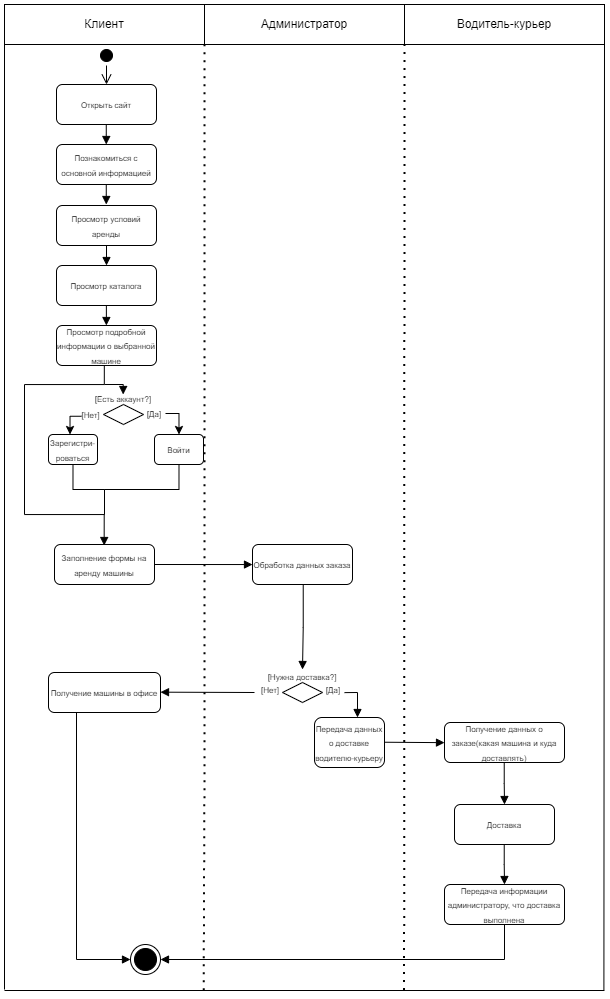
plnppt/Programming-technologies-project keeps this draw.io diagram as Diagrams/Диаграмма активностей (Activity diagram)/Activity diagram.png. Above is the earlier version. Source tidied: cells renumbered, new cells last; positions are measured from the earlier drawing's top-left corner, leaving out a move shared by most shapes.
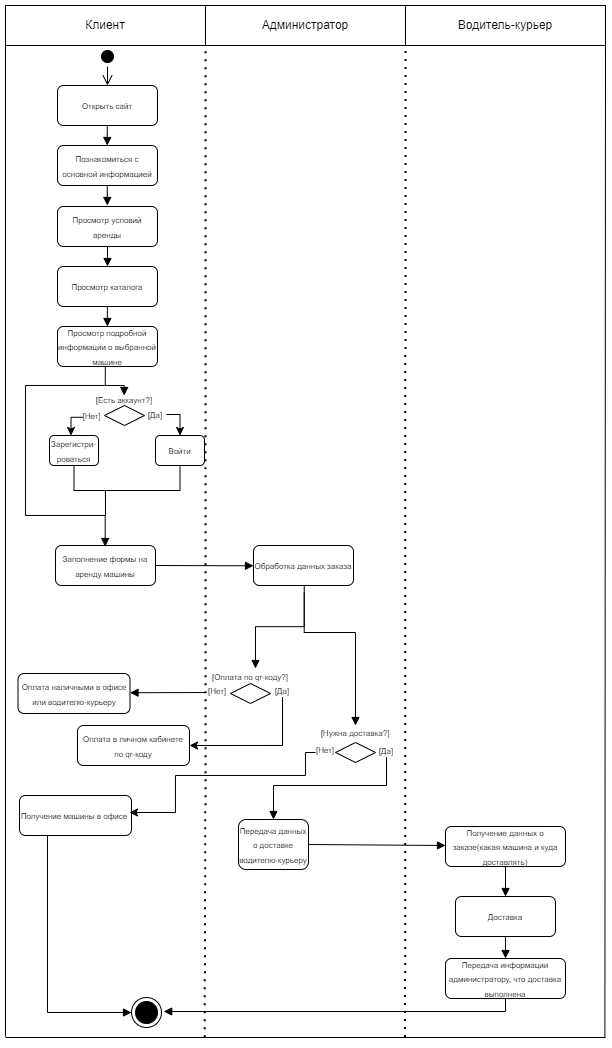
Above is the later version.

Commit message:
изменена диаграмма активности

Diff of the diagram source:
```diff
@@ -47,35 +47,32 @@
     <mxCell id="14" value="&lt;span style=&quot;font-size: 8px;&quot;&gt;Обработка данных заказа&lt;/span&gt;" style="rounded=1;whiteSpace=wrap;html=1;" parent="1" vertex="1">
       <mxGeometry x="248" y="540" width="100" height="40" as="geometry" />
     </mxCell>
-    <mxCell id="15" value="&lt;font style=&quot;font-size: 8px;&quot;&gt;[Нужна доставка?]&lt;/font&gt;" style="text;html=1;strokeColor=none;fillColor=none;align=center;verticalAlign=middle;whiteSpace=wrap;rounded=0;" parent="1" vertex="1">
-      <mxGeometry x="243" y="665" width="110" height="13" as="geometry" />
-    </mxCell>
     <mxCell id="16" style="rhombus;whiteSpace=wrap;html=1;" parent="1" vertex="1">
-      <mxGeometry x="278" y="678" width="40" height="20" as="geometry" />
+      <mxGeometry x="225" y="678" width="40" height="20" as="geometry" />
     </mxCell>
     <mxCell id="17" value="&lt;font style=&quot;font-size: 8px;&quot;&gt;[Да]&lt;/font&gt;" style="text;html=1;strokeColor=none;fillColor=none;align=center;verticalAlign=middle;whiteSpace=wrap;rounded=0;" parent="1" vertex="1">
-      <mxGeometry x="318" y="678" width="22" height="13.5" as="geometry" />
+      <mxGeometry x="266" y="678" width="22" height="13.5" as="geometry" />
     </mxCell>
     <mxCell id="18" value="&lt;font style=&quot;font-size: 8px;&quot;&gt;[Нет]&lt;/font&gt;" style="text;html=1;strokeColor=none;fillColor=none;align=center;verticalAlign=middle;whiteSpace=wrap;rounded=0;" parent="1" vertex="1">
-      <mxGeometry x="260" y="681.2" width="12" height="7" as="geometry" />
+      <mxGeometry x="206" y="681.2" width="12" height="7" as="geometry" />
     </mxCell>
     <mxCell id="19" value="&lt;span style=&quot;font-size: 8px;&quot;&gt;Передача данных о доставке водителю-курьеру&lt;/span&gt;" style="rounded=1;whiteSpace=wrap;html=1;" parent="1" vertex="1">
-      <mxGeometry x="310" y="713" width="70" height="50" as="geometry" />
+      <mxGeometry x="233" y="814" width="70" height="50" as="geometry" />
     </mxCell>
     <mxCell id="20" value="&lt;span style=&quot;font-size: 8px;&quot;&gt;Получение данных о заказе(какая машина и куда доставлять)&lt;/span&gt;" style="rounded=1;whiteSpace=wrap;html=1;" parent="1" vertex="1">
-      <mxGeometry x="440" y="718" width="120" height="40" as="geometry" />
+      <mxGeometry x="440" y="821" width="120" height="40" as="geometry" />
     </mxCell>
     <mxCell id="21" value="&lt;span style=&quot;font-size: 8px;&quot;&gt;Доставка&lt;/span&gt;" style="rounded=1;whiteSpace=wrap;html=1;" parent="1" vertex="1">
-      <mxGeometry x="450" y="800" width="100" height="40" as="geometry" />
+      <mxGeometry x="450" y="891" width="100" height="40" as="geometry" />
     </mxCell>
     <mxCell id="22" value="&lt;span style=&quot;font-size: 8px;&quot;&gt;Передача информации администратору, что доставка выполнена&lt;/span&gt;" style="rounded=1;whiteSpace=wrap;html=1;" parent="1" vertex="1">
-      <mxGeometry x="440" y="880" width="120" height="40" as="geometry" />
+      <mxGeometry x="440" y="953" width="120" height="40" as="geometry" />
     </mxCell>
-    <mxCell id="23" value="&lt;span style=&quot;font-size: 8px;&quot;&gt;Получение машины в офисе&lt;/span&gt;" style="rounded=1;whiteSpace=wrap;html=1;" parent="1" vertex="1">
-      <mxGeometry x="44" y="668" width="112" height="40" as="geometry" />
+    <mxCell id="23" value="&lt;span style=&quot;font-size: 8px;&quot;&gt;Получение машины в офисе&amp;nbsp;&lt;/span&gt;" style="rounded=1;whiteSpace=wrap;html=1;" parent="1" vertex="1">
+      <mxGeometry x="14" y="790" width="112" height="40" as="geometry" />
     </mxCell>
     <mxCell id="24" style="ellipse;html=1;shape=endState;fillColor=#000000;strokeColor=#000000;" parent="1" vertex="1">
-      <mxGeometry x="126" y="940" width="30" height="30" as="geometry" />
+      <mxGeometry x="126" y="992" width="30" height="30" as="geometry" />
     </mxCell>
     <mxCell id="25" style="html=1;verticalAlign=bottom;endArrow=block;edgeStyle=elbowEdgeStyle;elbow=vertical;curved=0;rounded=0;exitX=0.5;exitY=1;exitDx=0;exitDy=0;" parent="1" edge="1" source="10">
       <mxGeometry relative="1" as="geometry">
@@ -106,57 +103,59 @@
         <mxPoint x="248" y="560" as="targetPoint" />
       </mxGeometry>
     </mxCell>
-    <mxCell id="29" style="html=1;verticalAlign=bottom;endArrow=block;edgeStyle=elbowEdgeStyle;elbow=vertical;curved=0;rounded=0;exitX=1;exitY=0.5;exitDx=0;exitDy=0;entryX=0;entryY=0.5;entryDx=0;entryDy=0;" parent="1" edge="1" target="20">
+    <mxCell id="29" style="html=1;verticalAlign=bottom;endArrow=block;edgeStyle=elbowEdgeStyle;elbow=vertical;curved=0;rounded=0;exitX=1;exitY=0.5;exitDx=0;exitDy=0;" parent="1" edge="1" source="19">
       <mxGeometry relative="1" as="geometry">
-        <mxPoint x="380" y="737.7" as="sourcePoint" />
+        <mxPoint x="440" y="840" as="targetPoint" />
+        <Array as="points">
+          <mxPoint x="380" y="840" />
+          <mxPoint x="340" y="820" />
+          <mxPoint x="420" y="810" />
+          <mxPoint x="340" y="820" />
+        </Array>
       </mxGeometry>
     </mxCell>
-    <mxCell id="30" style="html=1;verticalAlign=bottom;endArrow=block;edgeStyle=elbowEdgeStyle;elbow=vertical;curved=0;rounded=0;exitX=0.5;exitY=1;exitDx=0;exitDy=0;entryX=0.5;entryY=0;entryDx=0;entryDy=0;" parent="1" edge="1" target="21">
-      <mxGeometry relative="1" as="geometry">
-        <mxPoint x="499.7" y="758" as="sourcePoint" />
-      </mxGeometry>
+    <mxCell id="30" style="html=1;verticalAlign=bottom;endArrow=block;edgeStyle=elbowEdgeStyle;elbow=vertical;curved=0;rounded=0;entryX=0.5;entryY=0;entryDx=0;entryDy=0;exitX=0.5;exitY=1;exitDx=0;exitDy=0;" parent="1" edge="1" source="20" target="21">
+      <mxGeometry relative="1" as="geometry" />
     </mxCell>
-    <mxCell id="31" style="html=1;verticalAlign=bottom;endArrow=block;edgeStyle=elbowEdgeStyle;elbow=vertical;curved=0;rounded=0;exitX=0.5;exitY=1;exitDx=0;exitDy=0;" parent="1" edge="1">
-      <mxGeometry relative="1" as="geometry">
-        <mxPoint x="499.7" y="840" as="sourcePoint" />
-        <mxPoint x="500" y="880" as="targetPoint" />
-      </mxGeometry>
+    <mxCell id="31" style="html=1;verticalAlign=bottom;endArrow=block;edgeStyle=elbowEdgeStyle;elbow=vertical;curved=0;rounded=0;entryX=0.5;entryY=0;entryDx=0;entryDy=0;exitX=0.5;exitY=1;exitDx=0;exitDy=0;" parent="1" edge="1" source="21" target="22">
+      <mxGeometry relative="1" as="geometry" />
     </mxCell>
-    <mxCell id="32" style="html=1;verticalAlign=bottom;endArrow=block;edgeStyle=elbowEdgeStyle;elbow=vertical;curved=0;rounded=0;exitX=0.5;exitY=1;exitDx=0;exitDy=0;entryX=0.5;entryY=0;entryDx=0;entryDy=0;" parent="1" edge="1" target="15">
+    <mxCell id="32" style="html=1;verticalAlign=bottom;endArrow=block;edgeStyle=elbowEdgeStyle;elbow=vertical;curved=0;rounded=0;exitX=0.5;exitY=1;exitDx=0;exitDy=0;" parent="1" edge="1">
       <mxGeometry relative="1" as="geometry">
         <mxPoint x="298.7" y="580" as="sourcePoint" />
+        <mxPoint x="250" y="663" as="targetPoint" />
       </mxGeometry>
     </mxCell>
-    <mxCell id="33" style="html=1;verticalAlign=bottom;endArrow=block;edgeStyle=elbowEdgeStyle;elbow=vertical;curved=0;rounded=0;entryX=1;entryY=0.5;entryDx=0;entryDy=0;" parent="1" edge="1" target="23">
+    <mxCell id="33" style="html=1;verticalAlign=bottom;endArrow=block;edgeStyle=elbowEdgeStyle;elbow=vertical;curved=0;rounded=0;entryX=1;entryY=0.5;entryDx=0;entryDy=0;" parent="1" edge="1" target="59">
       <mxGeometry relative="1" as="geometry">
-        <mxPoint x="250" y="688" as="sourcePoint" />
+        <mxPoint x="201" y="687" as="sourcePoint" />
       </mxGeometry>
     </mxCell>
-    <mxCell id="34" style="html=1;verticalAlign=bottom;endArrow=block;edgeStyle=elbowEdgeStyle;elbow=vertical;curved=0;rounded=0;exitX=1;exitY=0.75;exitDx=0;exitDy=0;entryX=0.5;entryY=0;entryDx=0;entryDy=0;" parent="1" edge="1" source="17">
+    <mxCell id="34" style="html=1;verticalAlign=bottom;endArrow=block;edgeStyle=elbowEdgeStyle;elbow=vertical;curved=0;rounded=0;entryX=0.5;entryY=0;entryDx=0;entryDy=0;exitX=0.5;exitY=1;exitDx=0;exitDy=0;" parent="1" edge="1" source="57" target="19">
       <mxGeometry relative="1" as="geometry">
-        <mxPoint x="353" y="713" as="targetPoint" />
         <Array as="points">
-          <mxPoint x="350" y="688" />
+          <mxPoint x="320" y="780" />
         </Array>
       </mxGeometry>
     </mxCell>
-    <mxCell id="35" style="html=1;verticalAlign=bottom;endArrow=block;edgeStyle=elbowEdgeStyle;elbow=vertical;curved=0;rounded=0;exitX=0.5;exitY=1;exitDx=0;exitDy=0;entryX=1;entryY=0.5;entryDx=0;entryDy=0;" parent="1" edge="1" source="22" target="24">
+    <mxCell id="35" style="html=1;verticalAlign=bottom;endArrow=block;edgeStyle=elbowEdgeStyle;elbow=vertical;curved=0;rounded=0;exitX=0.5;exitY=1;exitDx=0;exitDy=0;entryX=1.074;entryY=0.49;entryDx=0;entryDy=0;entryPerimeter=0;" parent="1" edge="1" target="24">
       <mxGeometry relative="1" as="geometry">
+        <mxPoint x="500" y="993" as="sourcePoint" />
         <Array as="points">
-          <mxPoint x="340" y="955" />
-          <mxPoint x="410" y="1106" />
+          <mxPoint x="340" y="1006" />
+          <mxPoint x="410" y="1157" />
         </Array>
       </mxGeometry>
     </mxCell>
     <mxCell id="36" style="html=1;verticalAlign=bottom;endArrow=block;edgeStyle=elbowEdgeStyle;elbow=vertical;curved=0;rounded=0;exitX=0.25;exitY=1;exitDx=0;exitDy=0;entryX=0;entryY=0.5;entryDx=0;entryDy=0;" parent="1" edge="1" source="23" target="24">
       <mxGeometry relative="1" as="geometry">
         <Array as="points">
-          <mxPoint x="100" y="955" />
+          <mxPoint x="80" y="1007" />
         </Array>
       </mxGeometry>
     </mxCell>
     <mxCell id="37" style="line;strokeWidth=1;fillColor=none;align=left;verticalAlign=middle;spacingTop=-1;spacingLeft=3;spacingRight=3;labelPosition=right;points=[];portConstraint=eastwest;strokeColor=inherit;" parent="1" vertex="1">
-      <mxGeometry y="982" width="600" height="8" as="geometry" />
+      <mxGeometry y="1028" width="600" height="8" as="geometry" />
     </mxCell>
     <mxCell id="38" value="&lt;font style=&quot;font-size: 8px;&quot;&gt;Открыть сайт&lt;/font&gt;" style="rounded=1;whiteSpace=wrap;html=1;" parent="1" vertex="1">
       <mxGeometry x="52" y="80" width="100" height="40" as="geometry" />
@@ -225,5 +224,50 @@
     <mxCell id="53" value="&lt;span style=&quot;font-size: 8px;&quot;&gt;Зарегистри-роваться&lt;/span&gt;" style="rounded=1;whiteSpace=wrap;html=1;" parent="1" vertex="1">
       <mxGeometry x="44" y="430" width="49" height="30" as="geometry" />
     </mxCell>
+    <mxCell id="54" style="rhombus;whiteSpace=wrap;html=1;" parent="1" vertex="1">
+      <mxGeometry x="330" y="737" width="40" height="20" as="geometry" />
+    </mxCell>
+    <mxCell id="55" style="html=1;verticalAlign=bottom;endArrow=block;edgeStyle=elbowEdgeStyle;elbow=vertical;curved=0;rounded=0;exitX=0.507;exitY=1.015;exitDx=0;exitDy=0;exitPerimeter=0;" parent="1" edge="1">
+      <mxGeometry relative="1" as="geometry">
+        <mxPoint x="298.7" y="586.6" as="sourcePoint" />
+        <mxPoint x="350" y="720" as="targetPoint" />
+        <Array as="points">
+          <mxPoint x="330" y="627" />
+        </Array>
+      </mxGeometry>
+    </mxCell>
+    <mxCell id="56" value="&lt;font style=&quot;font-size: 8px;&quot;&gt;[Оплата по qr-коду?]&lt;/font&gt;" style="text;html=1;strokeColor=none;fillColor=none;align=center;verticalAlign=middle;whiteSpace=wrap;rounded=0;" parent="1" vertex="1">
+      <mxGeometry x="190" y="665" width="110" height="13" as="geometry" />
+    </mxCell>
+    <mxCell id="57" value="&lt;font style=&quot;font-size: 8px;&quot;&gt;[Да]&lt;/font&gt;" style="text;html=1;strokeColor=none;fillColor=none;align=center;verticalAlign=middle;whiteSpace=wrap;rounded=0;" parent="1" vertex="1">
+      <mxGeometry x="370" y="738.2" width="22" height="13.5" as="geometry" />
+    </mxCell>
+    <mxCell id="58" value="&lt;font style=&quot;font-size: 8px;&quot;&gt;[Нет]&lt;/font&gt;" style="text;html=1;strokeColor=none;fillColor=none;align=center;verticalAlign=middle;whiteSpace=wrap;rounded=0;" parent="1" vertex="1">
+      <mxGeometry x="314" y="740.2" width="12" height="7" as="geometry" />
+    </mxCell>
+    <mxCell id="15" value="&lt;font style=&quot;font-size: 8px;&quot;&gt;[Нужна доставка?]&lt;/font&gt;" style="text;html=1;strokeColor=none;fillColor=none;align=center;verticalAlign=middle;whiteSpace=wrap;rounded=0;" parent="1" vertex="1">
+      <mxGeometry x="295" y="720" width="110" height="13" as="geometry" />
+    </mxCell>
+    <mxCell id="59" value="&lt;span style=&quot;font-size: 8px;&quot;&gt;Оплата наличными в офисе или водителю-курьеру&lt;/span&gt;" style="rounded=1;whiteSpace=wrap;html=1;" parent="1" vertex="1">
+      <mxGeometry x="12.5" y="668" width="112" height="40" as="geometry" />
+    </mxCell>
+    <mxCell id="60" value="&lt;span style=&quot;font-size: 8px;&quot;&gt;Оплата в личном кабинете по qr-коду&lt;/span&gt;" style="rounded=1;whiteSpace=wrap;html=1;" parent="1" vertex="1">
+      <mxGeometry x="72" y="720" width="112" height="40" as="geometry" />
+    </mxCell>
+    <mxCell id="61" style="endArrow=classic;html=1;rounded=0;exitX=0.5;exitY=1;exitDx=0;exitDy=0;entryX=1;entryY=0.5;entryDx=0;entryDy=0;edgeStyle=orthogonalEdgeStyle;" parent="1" edge="1" source="17" target="60">
+      <mxGeometry relative="1" as="geometry" />
+    </mxCell>
+    <mxCell id="62" style="endArrow=classic;html=1;rounded=0;entryX=1;entryY=0.5;entryDx=0;entryDy=0;edgeStyle=orthogonalEdgeStyle;" parent="1" edge="1">
+      <mxGeometry relative="1" as="geometry">
+        <mxPoint x="310" y="747" as="sourcePoint" />
+        <mxPoint x="124" y="807" as="targetPoint" />
+        <Array as="points">
+          <mxPoint x="300" y="747" />
+          <mxPoint x="300" y="770" />
+          <mxPoint x="170" y="770" />
+          <mxPoint x="170" y="807" />
+        </Array>
+      </mxGeometry>
+    </mxCell>
   </root>
 </mxGraphModel>
```
